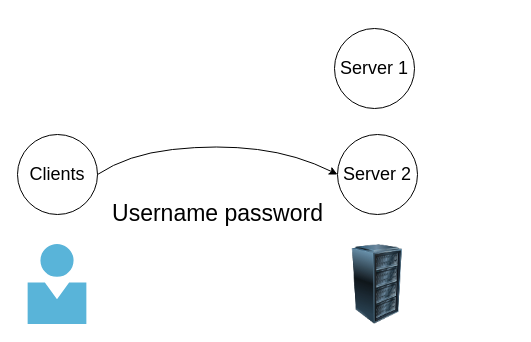
The draw.io diagram Untitled Diagram.drawio in fangcexun/AAD, before the edit. Source tidied: cells renumbered, new cells numbered last; positions are measured from the earlier drawing's top-left corner, leaving out a move shared by most shapes. Both pictures are drawn from the tidied source at 100%, with x=0, y=0 at pixel (17, 28).
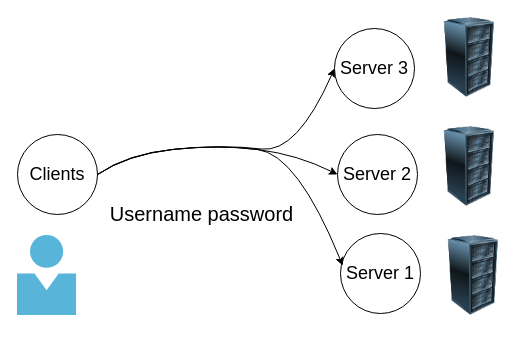
Above is the later version.

The change refers to these unchanged cells:
```xml
<mxCell id="2" value="&lt;font style=&quot;font-size: 18px;&quot;&gt;Clients&lt;/font&gt;" style="ellipse;whiteSpace=wrap;html=1;" parent="1" vertex="1">
  <mxGeometry y="106" width="80" height="80" as="geometry" />
</mxCell>
```

What changed in the source:
```diff
@@
     <mxCell id="3" style="sketch=0;html=1;align=center;image;fontSize=12;image=img/lib/mscae/Person.svg;" parent="1" vertex="1">
-      <mxGeometry x="10.4" y="216" width="59.2" height="80" as="geometry" />
+      <mxGeometry y="207" width="59.2" height="80" as="geometry" />
     </mxCell>
@@
     <mxCell id="6" style="image;html=1;image=img/lib/clip_art/computers/Server_Rack_128x128.png;fontSize=23;" parent="1" vertex="1">
-      <mxGeometry x="320" y="216" width="80" height="80" as="geometry" />
+      <mxGeometry x="412" y="-11" width="80" height="80" as="geometry" />
     </mxCell>
-    <mxCell id="7" value="Username password" style="text;html=1;align=center;verticalAlign=middle;fillColor=none;strokeColor=none;rounded=0;fontSize=23;" parent="1" vertex="1">
-      <mxGeometry x="85" y="165" width="229" height="40" as="geometry" />
+    <mxCell id="7" value="&lt;font style=&quot;font-size: 20px;&quot;&gt;Username password&lt;/font&gt;" style="text;html=1;align=center;verticalAlign=middle;fillColor=none;strokeColor=none;rounded=0;fontSize=23;" parent="1" vertex="1">
+      <mxGeometry x="83" y="165" width="201" height="40" as="geometry" />
     </mxCell>
-    <mxCell id="8" value="&lt;font style=&quot;font-size: 18px;&quot;&gt;Server 1&lt;/font&gt;" style="ellipse;whiteSpace=wrap;html=1;" parent="1" vertex="1">
+    <mxCell id="8" value="&lt;font style=&quot;font-size: 18px;&quot;&gt;Server 3&lt;/font&gt;" style="ellipse;whiteSpace=wrap;html=1;" parent="1" vertex="1">
       <mxGeometry x="317" width="80" height="80" as="geometry" />
     </mxCell>
+    <mxCell id="9" style="curved=1;endArrow=classic;html=1;rounded=0;fontSize=23;exitX=1;exitY=0.5;exitDx=0;exitDy=0;entryX=0;entryY=0.5;entryDx=0;entryDy=0;" parent="1" edge="1" source="2" target="8">
+      <mxGeometry relative="1" as="geometry">
+        <Array as="points">
+          <mxPoint x="109.5" y="125" />
+          <mxPoint x="208" y="116" />
+          <mxPoint x="279.5" y="125" />
+        </Array>
+      </mxGeometry>
+    </mxCell>
+    <mxCell id="10" value="&lt;font style=&quot;font-size: 18px;&quot;&gt;Server 1&lt;/font&gt;" style="ellipse;whiteSpace=wrap;html=1;" parent="1" vertex="1">
+      <mxGeometry x="323" y="205" width="80" height="80" as="geometry" />
+    </mxCell>
+    <mxCell id="11" style="curved=1;endArrow=classic;html=1;rounded=0;fontSize=23;exitX=1;exitY=0.5;exitDx=0;exitDy=0;entryX=0.028;entryY=0.402;entryDx=0;entryDy=0;entryPerimeter=0;" parent="1" edge="1" target="10">
+      <mxGeometry relative="1" as="geometry">
+        <mxPoint x="80" y="146" as="sourcePoint" />
+        <Array as="points">
+          <mxPoint x="110" y="126" />
+          <mxPoint x="200" y="116" />
+          <mxPoint x="280" y="126" />
+        </Array>
+      </mxGeometry>
+    </mxCell>
+    <mxCell id="12" style="image;html=1;image=img/lib/clip_art/computers/Server_Rack_128x128.png;fontSize=23;" parent="1" vertex="1">
+      <mxGeometry x="412" y="98" width="80" height="80" as="geometry" />
+    </mxCell>
+    <mxCell id="13" style="image;html=1;image=img/lib/clip_art/computers/Server_Rack_128x128.png;fontSize=23;" parent="1" vertex="1">
+      <mxGeometry x="416" y="207" width="80" height="80" as="geometry" />
+    </mxCell>
```
